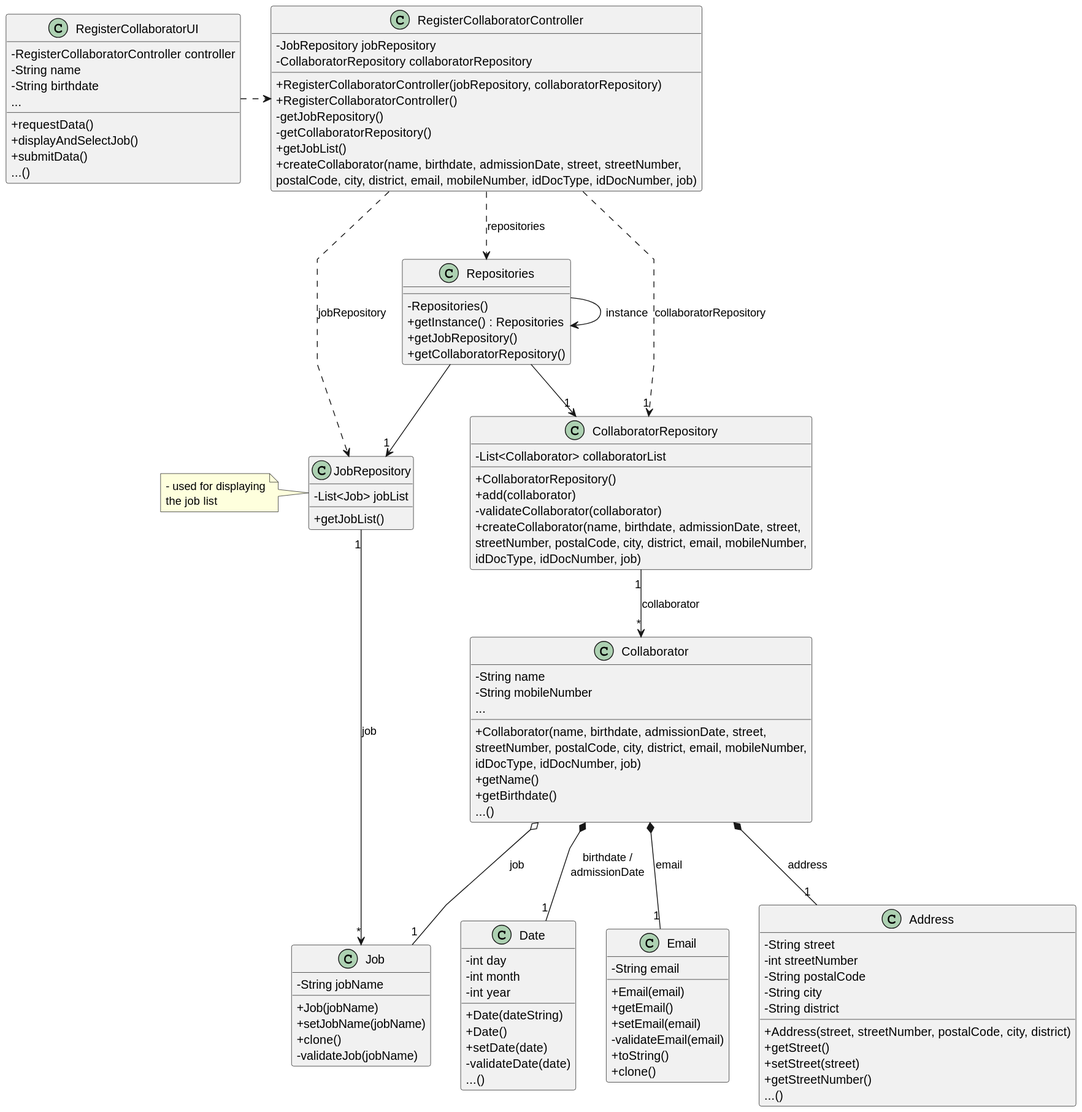
The PlantUML diagram docs/sprintB/us003/03.design/svg/us003-class-diagram.svg in Rui-San/LAPR2_2023_2024, before a commit.
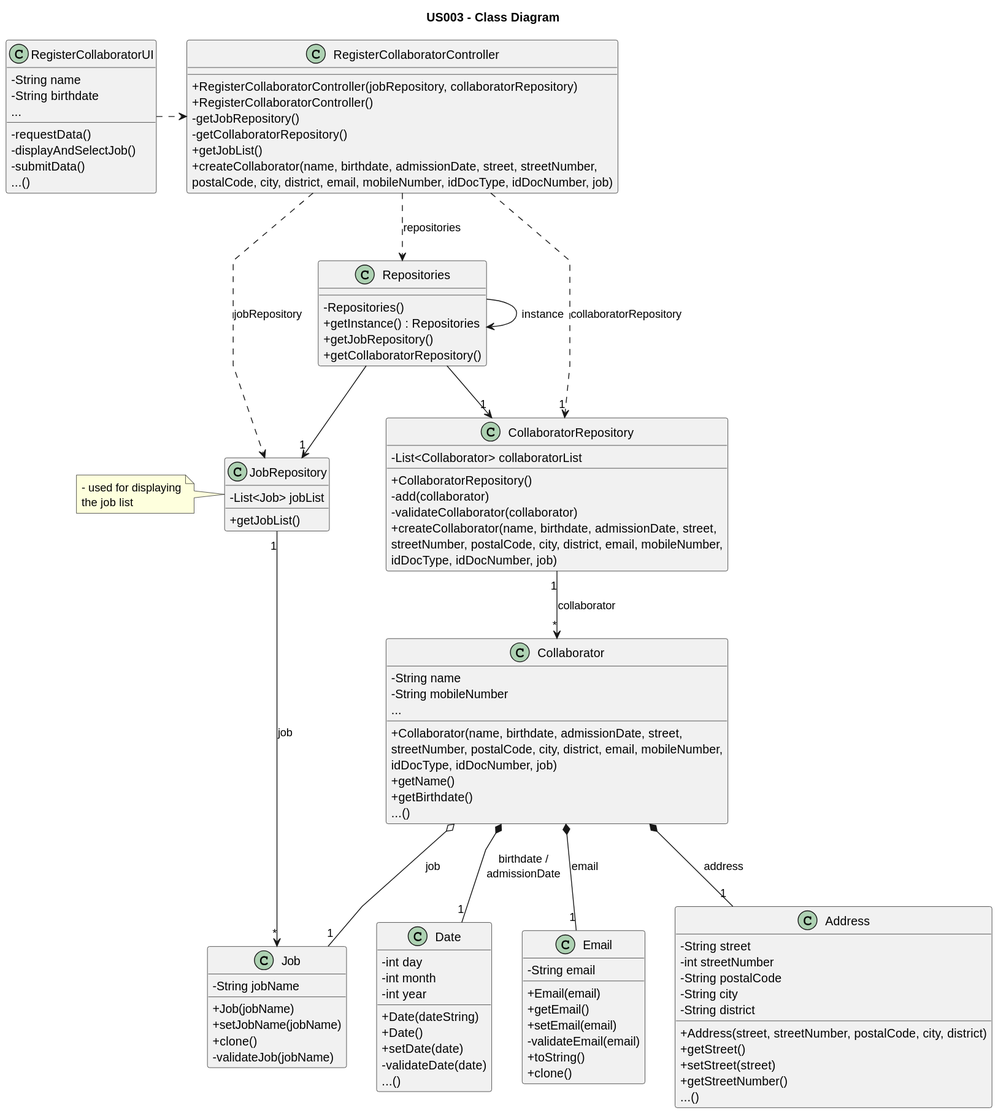
Above is the later version.

Diff of the diagram source:
```diff
@@ -4,7 +4,7 @@
 skinparam linetype polyline
 
 skinparam classAttributeIconSize 0
-
+title US003 - Class Diagram
 
 class Collaborator {
      - String name
@@ -44,7 +44,7 @@
     - List<Collaborator> collaboratorList
 
     + CollaboratorRepository()
-    + add(collaborator)
+    - add(collaborator)
     - validateCollaborator(collaborator)
     + createCollaborator(name, birthdate, admissionDate, street,\nstreetNumber, postalCode, city, district, email, mobileNumber,\nidDocType, idDocNumber, job)
 }
@@ -68,8 +68,6 @@
 end note
 
 class RegisterCollaboratorController {
-    - JobRepository jobRepository
-    - CollaboratorRepository collaboratorRepository
 
     + RegisterCollaboratorController(jobRepository, collaboratorRepository)
     + RegisterCollaboratorController()
@@ -81,14 +79,13 @@
 }
 
 class RegisterCollaboratorUI {
-    - RegisterCollaboratorController controller
     - String name
     - String birthdate
     ...
 
-    + requestData()
-    + displayAndSelectJob()
-    + submitData()
+    - requestData()
+    - displayAndSelectJob()
+    - submitData()
     ...()
 }
 
```
